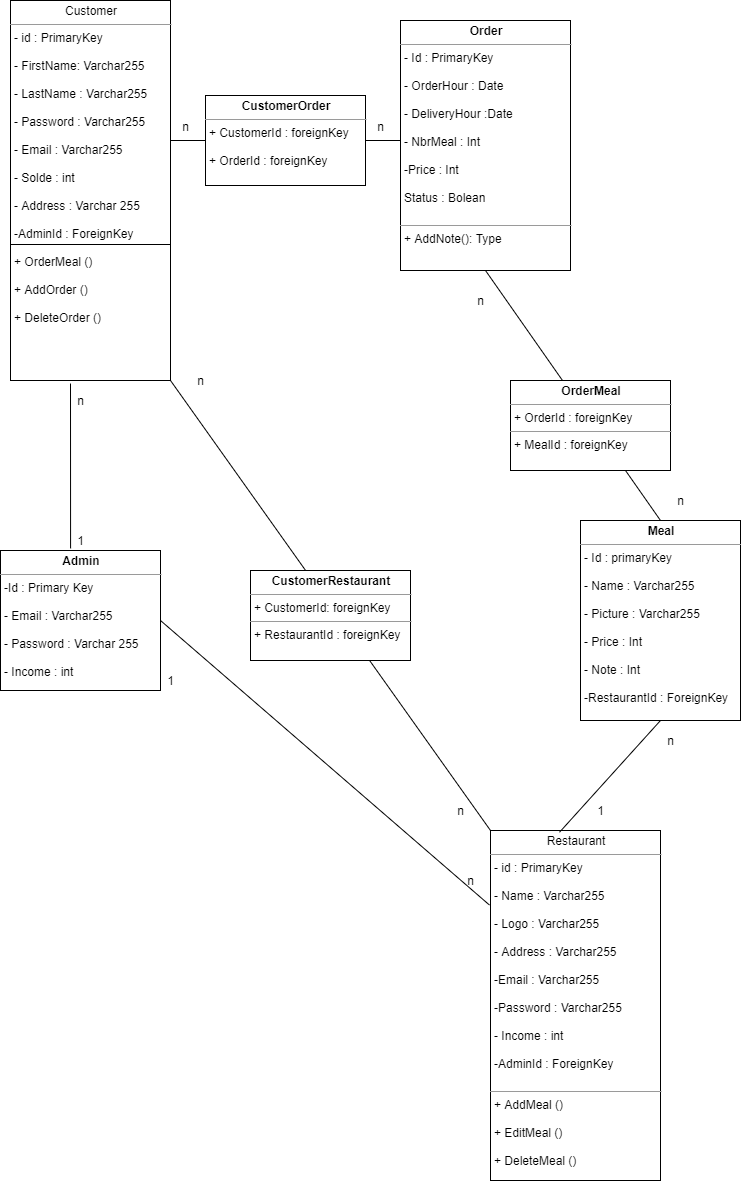
Earlier version of the draw.io export Documentation/BDD Dev'eat.png (leoniemandah/Dev-Eat). Source tidied: cells renumbered, new cells last; positions are measured from the earlier drawing's top-left corner, leaving out a move shared by most shapes.
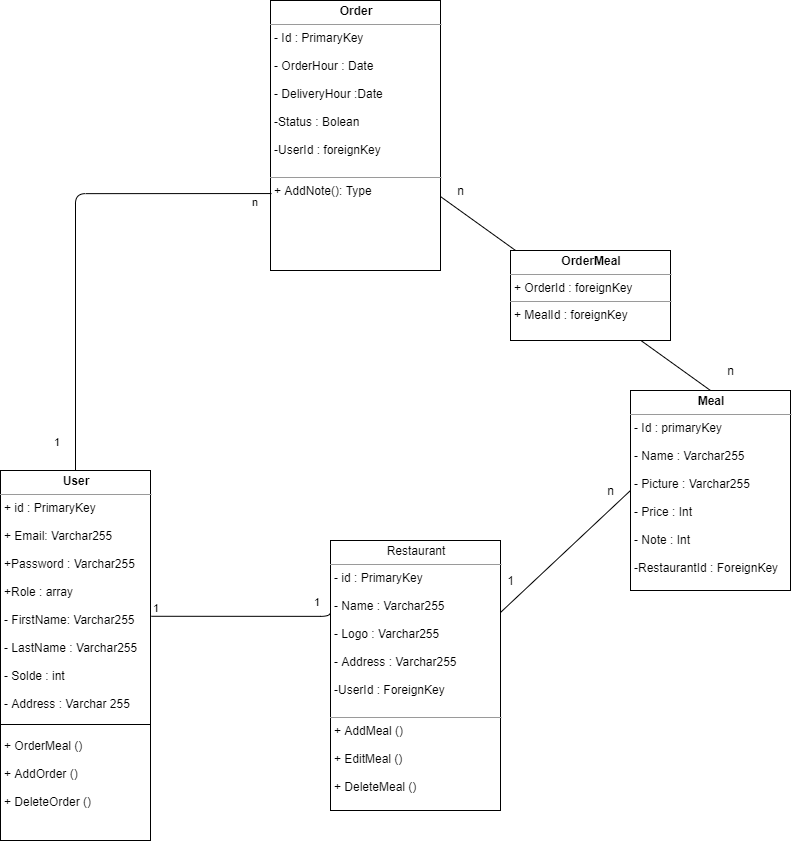
Later version of the same file.

Diff of the diagram source:
```diff
@@ -4,10 +4,4 @@
     <mxCell id="1" parent="0" />
-    <mxCell id="2" value="&lt;p style=&quot;margin: 0px ; margin-top: 4px ; text-align: center&quot;&gt;Customer&lt;/p&gt;&lt;hr size=&quot;1&quot;&gt;&lt;p style=&quot;margin: 0px ; margin-left: 4px&quot;&gt;- id : PrimaryKey&lt;/p&gt;&lt;p style=&quot;margin: 0px ; margin-left: 4px&quot;&gt;&lt;br&gt;&lt;/p&gt;&lt;p style=&quot;margin: 0px ; margin-left: 4px&quot;&gt;- FirstName: Varchar255&lt;/p&gt;&lt;p style=&quot;margin: 0px ; margin-left: 4px&quot;&gt;&lt;br&gt;&lt;/p&gt;&lt;p style=&quot;margin: 0px ; margin-left: 4px&quot;&gt;- LastName : Varchar255&lt;/p&gt;&lt;p style=&quot;margin: 0px ; margin-left: 4px&quot;&gt;&lt;br&gt;&lt;/p&gt;&lt;p style=&quot;margin: 0px ; margin-left: 4px&quot;&gt;- Password : Varchar255&lt;/p&gt;&lt;p style=&quot;margin: 0px ; margin-left: 4px&quot;&gt;&lt;br&gt;&lt;/p&gt;&lt;p style=&quot;margin: 0px ; margin-left: 4px&quot;&gt;- Email : Varchar255&lt;/p&gt;&lt;p style=&quot;margin: 0px ; margin-left: 4px&quot;&gt;&lt;br&gt;&lt;/p&gt;&lt;p style=&quot;margin: 0px ; margin-left: 4px&quot;&gt;- Solde : int&lt;/p&gt;&lt;p style=&quot;margin: 0px ; margin-left: 4px&quot;&gt;&lt;br&gt;&lt;/p&gt;&lt;p style=&quot;margin: 0px ; margin-left: 4px&quot;&gt;- Address : Varchar 255&lt;/p&gt;&lt;p style=&quot;margin: 0px ; margin-left: 4px&quot;&gt;&lt;br&gt;&lt;/p&gt;&lt;p style=&quot;margin: 0px ; margin-left: 4px&quot;&gt;-AdminId : ForeignKey&lt;/p&gt;&lt;p style=&quot;margin: 0px ; margin-left: 4px&quot;&gt;&lt;br&gt;&lt;/p&gt;&lt;p style=&quot;margin: 0px ; margin-left: 4px&quot;&gt;+ OrderMeal ()&amp;nbsp;&lt;/p&gt;&lt;p style=&quot;margin: 0px ; margin-left: 4px&quot;&gt;&lt;br&gt;&lt;/p&gt;&lt;p style=&quot;margin: 0px ; margin-left: 4px&quot;&gt;+ AddOrder ()&lt;/p&gt;&lt;p style=&quot;margin: 0px ; margin-left: 4px&quot;&gt;&lt;br&gt;&lt;/p&gt;&lt;p style=&quot;margin: 0px ; margin-left: 4px&quot;&gt;+ DeleteOrder ()&lt;/p&gt;&lt;p style=&quot;margin: 0px ; margin-left: 4px&quot;&gt;&lt;br&gt;&lt;/p&gt;&lt;p style=&quot;margin: 0px ; margin-left: 4px&quot;&gt;&lt;br&gt;&lt;/p&gt;&lt;p style=&quot;margin: 0px ; margin-left: 4px&quot;&gt;&lt;br&gt;&lt;/p&gt;&lt;p style=&quot;margin: 0px ; margin-left: 4px&quot;&gt;&lt;br&gt;&lt;/p&gt;" style="verticalAlign=top;align=left;overflow=fill;fontSize=12;fontFamily=Helvetica;html=1;" parent="1" vertex="1">
-      <mxGeometry x="10" width="160" height="380" as="geometry" />
-    </mxCell>
-    <mxCell id="3" style="line;strokeWidth=1;fillColor=none;align=left;verticalAlign=middle;spacingTop=-1;spacingLeft=3;spacingRight=3;labelPosition=right;" parent="1" vertex="1">
-      <mxGeometry x="10" y="240" width="160" height="8" as="geometry" />
-    </mxCell>
-    <mxCell id="4" value="&lt;p style=&quot;margin: 0px ; margin-top: 4px ; text-align: center&quot;&gt;Restaurant&lt;/p&gt;&lt;hr size=&quot;1&quot;&gt;&lt;p style=&quot;margin: 0px ; margin-left: 4px&quot;&gt;- id : PrimaryKey&lt;/p&gt;&lt;p style=&quot;margin: 0px ; margin-left: 4px&quot;&gt;&lt;br&gt;&lt;/p&gt;&lt;p style=&quot;margin: 0px ; margin-left: 4px&quot;&gt;- Name : Varchar255&lt;/p&gt;&lt;p style=&quot;margin: 0px ; margin-left: 4px&quot;&gt;&lt;br&gt;&lt;/p&gt;&lt;p style=&quot;margin: 0px ; margin-left: 4px&quot;&gt;- Logo : Varchar255&lt;/p&gt;&lt;p style=&quot;margin: 0px ; margin-left: 4px&quot;&gt;&lt;br&gt;&lt;/p&gt;&lt;p style=&quot;margin: 0px ; margin-left: 4px&quot;&gt;- Address : Varchar255&lt;/p&gt;&lt;p style=&quot;margin: 0px ; margin-left: 4px&quot;&gt;&amp;nbsp;&lt;/p&gt;&lt;p style=&quot;margin: 0px ; margin-left: 4px&quot;&gt;-Email : Varchar255&lt;/p&gt;&lt;p style=&quot;margin: 0px ; margin-left: 4px&quot;&gt;&lt;br&gt;&lt;/p&gt;&lt;p style=&quot;margin: 0px ; margin-left: 4px&quot;&gt;-Password : Varchar255&lt;/p&gt;&lt;p style=&quot;margin: 0px ; margin-left: 4px&quot;&gt;&lt;br&gt;&lt;/p&gt;&lt;p style=&quot;margin: 0px ; margin-left: 4px&quot;&gt;- Income : int&lt;/p&gt;&lt;p style=&quot;margin: 0px ; margin-left: 4px&quot;&gt;&lt;br&gt;&lt;/p&gt;&lt;p style=&quot;margin: 0px ; margin-left: 4px&quot;&gt;-AdminId : ForeignKey&lt;/p&gt;&lt;p style=&quot;margin: 0px ; margin-left: 4px&quot;&gt;&lt;br&gt;&lt;/p&gt;&lt;hr size=&quot;1&quot;&gt;&lt;p style=&quot;margin: 0px ; margin-left: 4px&quot;&gt;+ AddMeal ()&lt;/p&gt;&lt;p style=&quot;margin: 0px ; margin-left: 4px&quot;&gt;&lt;br&gt;&lt;/p&gt;&lt;p style=&quot;margin: 0px ; margin-left: 4px&quot;&gt;+ EditMeal ()&lt;/p&gt;&lt;p style=&quot;margin: 0px ; margin-left: 4px&quot;&gt;&lt;br&gt;&lt;/p&gt;&lt;p style=&quot;margin: 0px ; margin-left: 4px&quot;&gt;+ DeleteMeal ()&lt;/p&gt;&lt;p style=&quot;margin: 0px ; margin-left: 4px&quot;&gt;&lt;br&gt;&lt;/p&gt;&lt;p style=&quot;margin: 0px ; margin-left: 4px&quot;&gt;&lt;br&gt;&lt;/p&gt;&lt;p style=&quot;margin: 0px ; margin-left: 4px&quot;&gt;&lt;br&gt;&lt;/p&gt;&lt;p style=&quot;margin: 0px ; margin-left: 4px&quot;&gt;&lt;br&gt;&lt;/p&gt;" style="verticalAlign=top;align=left;overflow=fill;fontSize=12;fontFamily=Helvetica;html=1;" parent="1" vertex="1">
-      <mxGeometry x="490" y="830" width="170" height="350" as="geometry" />
+    <mxCell id="4" value="&lt;p style=&quot;margin: 0px ; margin-top: 4px ; text-align: center&quot;&gt;Restaurant&lt;/p&gt;&lt;hr size=&quot;1&quot;&gt;&lt;p style=&quot;margin: 0px ; margin-left: 4px&quot;&gt;- id : PrimaryKey&lt;/p&gt;&lt;p style=&quot;margin: 0px ; margin-left: 4px&quot;&gt;&lt;br&gt;&lt;/p&gt;&lt;p style=&quot;margin: 0px ; margin-left: 4px&quot;&gt;- Name : Varchar255&lt;/p&gt;&lt;p style=&quot;margin: 0px ; margin-left: 4px&quot;&gt;&lt;br&gt;&lt;/p&gt;&lt;p style=&quot;margin: 0px ; margin-left: 4px&quot;&gt;- Logo : Varchar255&lt;/p&gt;&lt;p style=&quot;margin: 0px ; margin-left: 4px&quot;&gt;&lt;br&gt;&lt;/p&gt;&lt;p style=&quot;margin: 0px ; margin-left: 4px&quot;&gt;- Address : Varchar255&lt;/p&gt;&lt;p style=&quot;margin: 0px ; margin-left: 4px&quot;&gt;&lt;br&gt;&lt;/p&gt;&lt;p style=&quot;margin: 0px ; margin-left: 4px&quot;&gt;-UserId : ForeignKey&lt;/p&gt;&lt;p style=&quot;margin: 0px ; margin-left: 4px&quot;&gt;&lt;br&gt;&lt;/p&gt;&lt;hr size=&quot;1&quot;&gt;&lt;p style=&quot;margin: 0px ; margin-left: 4px&quot;&gt;+ AddMeal ()&lt;/p&gt;&lt;p style=&quot;margin: 0px ; margin-left: 4px&quot;&gt;&lt;br&gt;&lt;/p&gt;&lt;p style=&quot;margin: 0px ; margin-left: 4px&quot;&gt;+ EditMeal ()&lt;/p&gt;&lt;p style=&quot;margin: 0px ; margin-left: 4px&quot;&gt;&lt;br&gt;&lt;/p&gt;&lt;p style=&quot;margin: 0px ; margin-left: 4px&quot;&gt;+ DeleteMeal ()&lt;/p&gt;&lt;p style=&quot;margin: 0px ; margin-left: 4px&quot;&gt;&lt;br&gt;&lt;/p&gt;&lt;p style=&quot;margin: 0px ; margin-left: 4px&quot;&gt;&lt;br&gt;&lt;/p&gt;&lt;p style=&quot;margin: 0px ; margin-left: 4px&quot;&gt;&lt;br&gt;&lt;/p&gt;&lt;p style=&quot;margin: 0px ; margin-left: 4px&quot;&gt;&lt;br&gt;&lt;/p&gt;" style="verticalAlign=top;align=left;overflow=fill;fontSize=12;fontFamily=Helvetica;html=1;" parent="1" vertex="1">
+      <mxGeometry x="280" y="670" width="170" height="270" as="geometry" />
     </mxCell>
@@ -16,18 +10,6 @@
     </mxCell>
-    <mxCell id="6" value="&lt;p style=&quot;margin: 0px ; margin-top: 4px ; text-align: center&quot;&gt;&lt;b&gt;Order&lt;/b&gt;&lt;/p&gt;&lt;hr size=&quot;1&quot;&gt;&lt;p style=&quot;margin: 0px ; margin-left: 4px&quot;&gt;- Id : PrimaryKey&amp;nbsp;&lt;/p&gt;&lt;p style=&quot;margin: 0px ; margin-left: 4px&quot;&gt;&lt;br&gt;&lt;/p&gt;&lt;p style=&quot;margin: 0px ; margin-left: 4px&quot;&gt;- OrderHour : Date&lt;/p&gt;&lt;p style=&quot;margin: 0px ; margin-left: 4px&quot;&gt;&lt;br&gt;&lt;/p&gt;&lt;p style=&quot;margin: 0px ; margin-left: 4px&quot;&gt;- DeliveryHour :Date&lt;/p&gt;&lt;p style=&quot;margin: 0px ; margin-left: 4px&quot;&gt;&lt;br&gt;&lt;/p&gt;&lt;p style=&quot;margin: 0px ; margin-left: 4px&quot;&gt;- NbrMeal : Int&amp;nbsp;&lt;/p&gt;&lt;p style=&quot;margin: 0px ; margin-left: 4px&quot;&gt;&lt;br&gt;&lt;/p&gt;&lt;p style=&quot;margin: 0px ; margin-left: 4px&quot;&gt;-Price : Int&lt;/p&gt;&lt;p style=&quot;margin: 0px ; margin-left: 4px&quot;&gt;&lt;br&gt;&lt;/p&gt;&lt;p style=&quot;margin: 0px ; margin-left: 4px&quot;&gt;Status : Bolean&amp;nbsp;&lt;/p&gt;&lt;p style=&quot;margin: 0px ; margin-left: 4px&quot;&gt;&lt;br&gt;&lt;/p&gt;&lt;hr size=&quot;1&quot;&gt;&lt;p style=&quot;margin: 0px ; margin-left: 4px&quot;&gt;+ AddNote(): Type&lt;/p&gt;" style="verticalAlign=top;align=left;overflow=fill;fontSize=12;fontFamily=Helvetica;html=1;" parent="1" vertex="1">
-      <mxGeometry x="400" y="20" width="170" height="250" as="geometry" />
+    <mxCell id="6" value="&lt;p style=&quot;margin: 0px ; margin-top: 4px ; text-align: center&quot;&gt;&lt;b&gt;Order&lt;/b&gt;&lt;/p&gt;&lt;hr size=&quot;1&quot;&gt;&lt;p style=&quot;margin: 0px ; margin-left: 4px&quot;&gt;- Id : PrimaryKey&amp;nbsp;&lt;/p&gt;&lt;p style=&quot;margin: 0px ; margin-left: 4px&quot;&gt;&lt;br&gt;&lt;/p&gt;&lt;p style=&quot;margin: 0px ; margin-left: 4px&quot;&gt;- OrderHour : Date&lt;/p&gt;&lt;p style=&quot;margin: 0px ; margin-left: 4px&quot;&gt;&lt;br&gt;&lt;/p&gt;&lt;p style=&quot;margin: 0px ; margin-left: 4px&quot;&gt;- DeliveryHour :Date&lt;/p&gt;&lt;p style=&quot;margin: 0px ; margin-left: 4px&quot;&gt;&lt;br&gt;&lt;/p&gt;&lt;p style=&quot;margin: 0px ; margin-left: 4px&quot;&gt;-Status : Bolean&amp;nbsp;&lt;/p&gt;&lt;p style=&quot;margin: 0px ; margin-left: 4px&quot;&gt;&lt;br&gt;&lt;/p&gt;&lt;p style=&quot;margin: 0px ; margin-left: 4px&quot;&gt;-UserId : foreignKey&lt;/p&gt;&lt;br&gt;&lt;hr size=&quot;1&quot;&gt;&lt;p style=&quot;margin: 0px ; margin-left: 4px&quot;&gt;+ AddNote(): Type&lt;/p&gt;" style="verticalAlign=top;align=left;overflow=fill;fontSize=12;fontFamily=Helvetica;html=1;" parent="1" vertex="1">
+      <mxGeometry x="220" y="130" width="170" height="270" as="geometry" />
     </mxCell>
-    <mxCell id="7" value="&lt;p style=&quot;margin: 0px ; margin-top: 4px ; text-align: center&quot;&gt;&lt;b&gt;Admin&lt;/b&gt;&lt;/p&gt;&lt;hr size=&quot;1&quot;&gt;&lt;p style=&quot;margin: 0px ; margin-left: 4px&quot;&gt;-Id : Primary Key&lt;/p&gt;&lt;p style=&quot;margin: 0px ; margin-left: 4px&quot;&gt;&lt;br&gt;&lt;/p&gt;&lt;p style=&quot;margin: 0px ; margin-left: 4px&quot;&gt;- Email : Varchar255&lt;/p&gt;&lt;p style=&quot;margin: 0px ; margin-left: 4px&quot;&gt;&lt;br&gt;&lt;/p&gt;&lt;p style=&quot;margin: 0px ; margin-left: 4px&quot;&gt;- Password : Varchar 255&lt;/p&gt;&lt;p style=&quot;margin: 0px ; margin-left: 4px&quot;&gt;&lt;br&gt;&lt;/p&gt;&lt;p style=&quot;margin: 0px ; margin-left: 4px&quot;&gt;- Income : int&lt;/p&gt;&lt;p style=&quot;margin: 0px ; margin-left: 4px&quot;&gt;&lt;br&gt;&lt;/p&gt;&lt;p style=&quot;margin: 0px ; margin-left: 4px&quot;&gt;&lt;br&gt;&lt;/p&gt;&lt;p style=&quot;margin: 0px ; margin-left: 4px&quot;&gt;&lt;br&gt;&lt;/p&gt;&lt;p style=&quot;margin: 0px ; margin-left: 4px&quot;&gt;&lt;br&gt;&lt;/p&gt;" style="verticalAlign=top;align=left;overflow=fill;fontSize=12;fontFamily=Helvetica;html=1;" parent="1" vertex="1">
-      <mxGeometry y="550" width="160" height="140" as="geometry" />
-    </mxCell>
-    <mxCell id="8" style="line;strokeWidth=1;fillColor=none;align=left;verticalAlign=middle;spacingTop=-1;spacingLeft=3;spacingRight=3;labelPosition=right;" parent="1" vertex="1">
-      <mxGeometry x="170" y="136" width="230" height="8" as="geometry" />
-    </mxCell>
-    <mxCell id="9" value="n" style="text;html=1;align=center;verticalAlign=middle;" parent="1" vertex="1">
-      <mxGeometry x="175" y="116" width="20" height="20" as="geometry" />
-    </mxCell>
-    <mxCell id="10" value="n" style="text;html=1;align=center;verticalAlign=middle;" parent="1" vertex="1">
-      <mxGeometry x="370" y="116" width="20" height="20" as="geometry" />
-    </mxCell>
-    <mxCell id="11" style="endArrow=none;html=1;entryX=0.5;entryY=1;entryDx=0;entryDy=0;exitX=0.5;exitY=0;exitDx=0;exitDy=0;" parent="1" edge="1" source="5" target="6">
+    <mxCell id="11" style="endArrow=none;html=1;exitX=0.5;exitY=0;exitDx=0;exitDy=0;" parent="1" edge="1" source="5" target="6">
       <mxGeometry relative="1" as="geometry" />
@@ -35,3 +17,3 @@
     <mxCell id="12" value="n" style="text;html=1;align=center;verticalAlign=middle;" parent="1" vertex="1">
-      <mxGeometry x="470" y="290" width="20" height="20" as="geometry" />
+      <mxGeometry x="400" y="310" width="20" height="20" as="geometry" />
     </mxCell>
@@ -40,47 +22,54 @@
     </mxCell>
-    <mxCell id="14" style="endArrow=none;html=1;exitX=0.5;exitY=1;exitDx=0;exitDy=0;entryX=0.406;entryY=0.005;entryDx=0;entryDy=0;entryPerimeter=0;" parent="1" edge="1" source="5" target="4">
-      <mxGeometry relative="1" as="geometry" />
+    <mxCell id="14" style="endArrow=none;html=1;exitX=0;exitY=0.5;exitDx=0;exitDy=0;" parent="1" edge="1" source="5">
+      <mxGeometry relative="1" as="geometry">
+        <mxPoint x="450" y="742" as="targetPoint" />
+      </mxGeometry>
     </mxCell>
     <mxCell id="15" value="n" style="text;html=1;align=center;verticalAlign=middle;" parent="1" vertex="1">
-      <mxGeometry x="660" y="730" width="20" height="20" as="geometry" />
+      <mxGeometry x="550" y="610" width="20" height="20" as="geometry" />
     </mxCell>
     <mxCell id="16" value="1" style="text;html=1;align=center;verticalAlign=middle;" parent="1" vertex="1">
-      <mxGeometry x="590" y="800" width="20" height="20" as="geometry" />
+      <mxGeometry x="450" y="700" width="20" height="20" as="geometry" />
     </mxCell>
-    <mxCell id="17" style="endArrow=none;html=1;entryX=0.375;entryY=1.008;entryDx=0;entryDy=0;entryPerimeter=0;exitX=0.438;exitY=-0.015;exitDx=0;exitDy=0;exitPerimeter=0;" parent="1" edge="1" source="7" target="2">
-      <mxGeometry relative="1" as="geometry" />
-    </mxCell>
-    <mxCell id="18" style="endArrow=none;html=1;entryX=-0.006;entryY=0.213;entryDx=0;entryDy=0;entryPerimeter=0;exitX=1;exitY=0.5;exitDx=0;exitDy=0;" parent="1" edge="1" source="7" target="4">
-      <mxGeometry relative="1" as="geometry" />
-    </mxCell>
-    <mxCell id="19" value="1" style="text;html=1;align=center;verticalAlign=middle;" parent="1" vertex="1">
-      <mxGeometry x="70" y="530" width="20" height="20" as="geometry" />
-    </mxCell>
-    <mxCell id="20" value="n" style="text;html=1;align=center;verticalAlign=middle;" parent="1" vertex="1">
-      <mxGeometry x="70" y="390" width="20" height="20" as="geometry" />
-    </mxCell>
-    <mxCell id="21" value="1" style="text;html=1;align=center;verticalAlign=middle;" parent="1" vertex="1">
-      <mxGeometry x="160" y="670" width="20" height="20" as="geometry" />
-    </mxCell>
-    <mxCell id="22" value="n" style="text;html=1;align=center;verticalAlign=middle;" parent="1" vertex="1">
-      <mxGeometry x="460" y="870" width="20" height="20" as="geometry" />
-    </mxCell>
-    <mxCell id="23" style="endArrow=none;html=1;exitX=1;exitY=1;exitDx=0;exitDy=0;entryX=0;entryY=0;entryDx=0;entryDy=0;" parent="1" edge="1" source="2" target="4">
-      <mxGeometry relative="1" as="geometry" />
-    </mxCell>
-    <mxCell id="24" value="n" style="text;html=1;align=center;verticalAlign=middle;" parent="1" vertex="1">
-      <mxGeometry x="190" y="370" width="20" height="20" as="geometry" />
-    </mxCell>
-    <mxCell id="25" value="n" style="text;html=1;align=center;verticalAlign=middle;" parent="1" vertex="1">
-      <mxGeometry x="450" y="800" width="20" height="20" as="geometry" />
-    </mxCell>
-    <mxCell id="26" value="&lt;p style=&quot;margin: 0px ; margin-top: 4px ; text-align: center&quot;&gt;&lt;b&gt;CustomerOrder&lt;/b&gt;&lt;/p&gt;&lt;hr size=&quot;1&quot;&gt;&lt;p style=&quot;margin: 0px ; margin-left: 4px&quot;&gt;+ CustomerId : foreignKey&lt;/p&gt;&lt;p style=&quot;margin: 0px ; margin-left: 4px&quot;&gt;&lt;br&gt;&lt;/p&gt;&lt;p style=&quot;margin: 0px ; margin-left: 4px&quot;&gt;+ OrderId : foreignKey&amp;nbsp;&lt;/p&gt;" style="verticalAlign=top;align=left;overflow=fill;fontSize=12;fontFamily=Helvetica;html=1;" parent="1" vertex="1">
-      <mxGeometry x="205" y="95" width="160" height="90" as="geometry" />
-    </mxCell>
     <mxCell id="27" value="&lt;p style=&quot;margin: 0px ; margin-top: 4px ; text-align: center&quot;&gt;&lt;b&gt;OrderMeal&lt;/b&gt;&lt;/p&gt;&lt;hr size=&quot;1&quot;&gt;&lt;p style=&quot;margin: 0px ; margin-left: 4px&quot;&gt;+ OrderId : foreignKey&lt;/p&gt;&lt;hr size=&quot;1&quot;&gt;&lt;p style=&quot;margin: 0px ; margin-left: 4px&quot;&gt;+ MealId : foreignKey&lt;/p&gt;" style="verticalAlign=top;align=left;overflow=fill;fontSize=12;fontFamily=Helvetica;html=1;" parent="1" vertex="1">
-      <mxGeometry x="510" y="380" width="160" height="90" as="geometry" />
+      <mxGeometry x="460" y="380" width="160" height="90" as="geometry" />
     </mxCell>
-    <mxCell id="28" value="&lt;p style=&quot;margin: 0px ; margin-top: 4px ; text-align: center&quot;&gt;&lt;b&gt;CustomerRestaurant&lt;/b&gt;&lt;/p&gt;&lt;hr size=&quot;1&quot;&gt;&lt;p style=&quot;margin: 0px ; margin-left: 4px&quot;&gt;+ CustomerId: foreignKey&lt;/p&gt;&lt;hr size=&quot;1&quot;&gt;&lt;p style=&quot;margin: 0px ; margin-left: 4px&quot;&gt;+ RestaurantId : foreignKey&lt;/p&gt;" style="verticalAlign=top;align=left;overflow=fill;fontSize=12;fontFamily=Helvetica;html=1;" parent="1" vertex="1">
-      <mxGeometry x="250" y="570" width="160" height="90" as="geometry" />
-    </mxCell>
+    <mxCell id="29" value="&lt;p style=&quot;margin: 0px ; margin-top: 4px ; text-align: center&quot;&gt;&lt;b&gt;User&lt;/b&gt;&lt;/p&gt;&lt;hr size=&quot;1&quot;&gt;&lt;p style=&quot;margin: 0px ; margin-left: 4px&quot;&gt;&lt;span&gt;+ id : PrimaryKey&lt;/span&gt;&lt;br&gt;&lt;/p&gt;&lt;p style=&quot;margin: 0px 0px 0px 4px&quot;&gt;&lt;br&gt;&lt;/p&gt;&lt;p style=&quot;margin: 0px ; margin-left: 4px&quot;&gt;+ Email: Varchar255&lt;/p&gt;&lt;p style=&quot;margin: 0px ; margin-left: 4px&quot;&gt;&lt;br&gt;&lt;/p&gt;&lt;p style=&quot;margin: 0px ; margin-left: 4px&quot;&gt;+Password : Varchar255&lt;/p&gt;&lt;p style=&quot;margin: 0px ; margin-left: 4px&quot;&gt;&lt;br&gt;&lt;/p&gt;&lt;p style=&quot;margin: 0px ; margin-left: 4px&quot;&gt;+Role : array&lt;/p&gt;&lt;p style=&quot;margin: 0px ; margin-left: 4px&quot;&gt;&lt;br&gt;&lt;/p&gt;&lt;p style=&quot;margin: 0px 0px 0px 4px&quot;&gt;- FirstName: Varchar255&lt;/p&gt;&lt;p style=&quot;margin: 0px 0px 0px 4px&quot;&gt;&lt;br&gt;&lt;/p&gt;&lt;p style=&quot;margin: 0px 0px 0px 4px&quot;&gt;- LastName : Varchar255&lt;/p&gt;&lt;p style=&quot;margin: 0px 0px 0px 4px&quot;&gt;&lt;br&gt;&lt;/p&gt;&lt;p style=&quot;margin: 0px 0px 0px 4px&quot;&gt;- Solde : int&lt;/p&gt;&lt;p style=&quot;margin: 0px 0px 0px 4px&quot;&gt;&lt;br&gt;&lt;/p&gt;&lt;p style=&quot;margin: 0px 0px 0px 4px&quot;&gt;- Address : Varchar 255&lt;/p&gt;&lt;p style=&quot;margin: 0px 0px 0px 4px&quot;&gt;&lt;br&gt;&lt;/p&gt;&lt;p style=&quot;margin: 0px 0px 0px 4px&quot;&gt;&lt;br&gt;&lt;/p&gt;&lt;p style=&quot;margin: 0px 0px 0px 4px&quot;&gt;+ OrderMeal ()&amp;nbsp;&lt;/p&gt;&lt;p style=&quot;margin: 0px 0px 0px 4px&quot;&gt;&lt;br&gt;&lt;/p&gt;&lt;p style=&quot;margin: 0px 0px 0px 4px&quot;&gt;+ AddOrder ()&lt;/p&gt;&lt;p style=&quot;margin: 0px 0px 0px 4px&quot;&gt;&lt;br&gt;&lt;/p&gt;&lt;p style=&quot;margin: 0px 0px 0px 4px&quot;&gt;+ DeleteOrder ()&lt;/p&gt;&lt;p style=&quot;margin: 0px ; margin-left: 4px&quot;&gt;&lt;br&gt;&lt;/p&gt;" style="verticalAlign=top;align=left;overflow=fill;fontSize=12;fontFamily=Helvetica;html=1;" parent="1" vertex="1">
+      <mxGeometry x="-50" y="600" width="150" height="370" as="geometry" />
+    </mxCell>
+    <mxCell id="30" style="endArrow=none;html=1;edgeStyle=orthogonalEdgeStyle;exitX=0.006;exitY=0.715;exitDx=0;exitDy=0;exitPerimeter=0;" parent="1" edge="1" source="6" target="29">
+      <mxGeometry relative="1" as="geometry">
+        <Array as="points">
+          <mxPoint x="25" y="323" />
+        </Array>
+      </mxGeometry>
+    </mxCell>
+    <mxCell id="31" value="n" style="edgeLabel;html=1;align=left;verticalAlign=bottom;" parent="30" vertex="1">
+      <mxGeometry x="-1" relative="1" as="geometry">
+        <mxPoint x="-21" y="17" as="offset" />
+      </mxGeometry>
+    </mxCell>
+    <mxCell id="32" value="1" style="edgeLabel;html=1;align=right;verticalAlign=bottom;" parent="30" vertex="1">
+      <mxGeometry x="1" relative="1" as="geometry">
+        <mxPoint x="-15" y="-20" as="offset" />
+      </mxGeometry>
+    </mxCell>
+    <mxCell id="33" style="endArrow=none;html=1;edgeStyle=orthogonalEdgeStyle;exitX=1.006;exitY=0.394;exitDx=0;exitDy=0;exitPerimeter=0;entryX=0;entryY=0.25;entryDx=0;entryDy=0;" parent="1" edge="1" source="29" target="4">
+      <mxGeometry relative="1" as="geometry">
+        <Array as="points">
+          <mxPoint x="280" y="746" />
+        </Array>
+      </mxGeometry>
+    </mxCell>
+    <mxCell id="34" value="1" style="edgeLabel;html=1;align=left;verticalAlign=bottom;" parent="33" vertex="1">
+      <mxGeometry x="-1" relative="1" as="geometry" />
+    </mxCell>
+    <mxCell id="35" value="1" style="edgeLabel;html=1;align=right;verticalAlign=bottom;" parent="33" vertex="1">
+      <mxGeometry x="1" relative="1" as="geometry">
+        <mxPoint x="-10.1" y="2.1" as="offset" />
+      </mxGeometry>
+    </mxCell>
+    <mxCell id="36" style="line;strokeWidth=1;fillColor=none;align=left;verticalAlign=middle;spacingTop=-1;spacingLeft=3;spacingRight=3;labelPosition=right;" parent="1" vertex="1">
+      <mxGeometry x="-50" y="850" width="150" height="8" as="geometry" />
+    </mxCell>
   </root>
```
